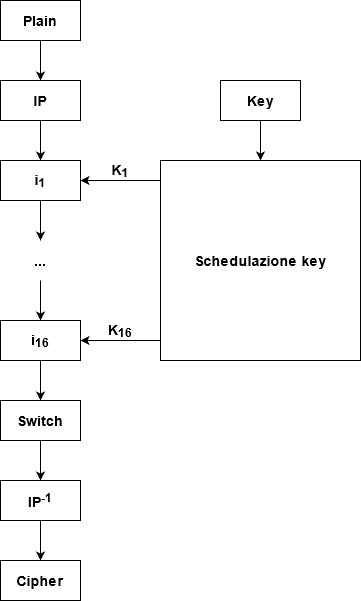
This is img/general.png from AlbertoSpinella/des-3des-js, a draw.io export, as it was before one commit. Source tidied: cells renumbered, new cells last; positions are measured from the earlier drawing's top-left corner, leaving out a move shared by most shapes.
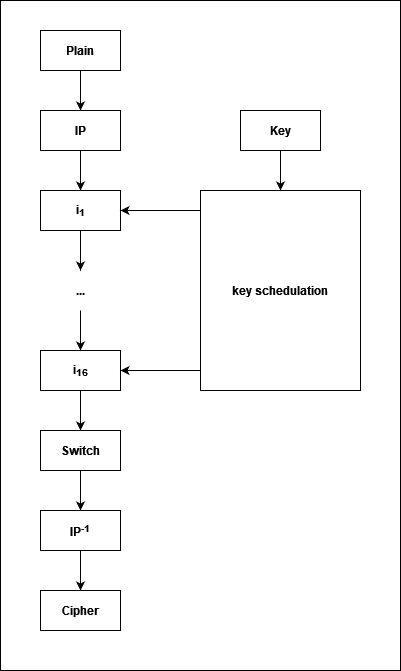
Later version of the same file.

What changed in the source:
```diff
@@ -1,86 +1,88 @@
-<mxGraphModel background="#ffffff">
+<mxGraphModel>
   <root>
     <mxCell id="0" />
     <mxCell id="1" parent="0" />
+    <mxCell id="24" style="rounded=0;whiteSpace=wrap;html=1;" parent="1" vertex="1">
+      <mxGeometry x="-40" y="-30" width="400" height="670" as="geometry" />
+    </mxCell>
-    <mxCell id="2" style="edgeStyle=orthogonalEdgeStyle;rounded=0;jettySize=auto;html=1;entryX=0.5;entryY=0;entryDx=0;entryDy=0;" parent="1" edge="1" source="3" target="5">
+    <mxCell id="2" style="edgeStyle=orthogonalEdgeStyle;rounded=0;jettySize=auto;html=1;entryX=0.5;entryY=0;entryDx=0;entryDy=0;fontStyle=1;" parent="1" edge="1" source="3" target="5">
       <mxGeometry relative="1" as="geometry" />
     </mxCell>
-    <mxCell id="3" value="&lt;b&gt;&lt;font style=&quot;font-size: 14px&quot;&gt;Plain&lt;/font&gt;&lt;/b&gt;" style="rounded=0;whiteSpace=wrap;html=1;" parent="1" vertex="1">
+    <mxCell id="3" value="Plain" style="rounded=0;whiteSpace=wrap;html=1;fontStyle=1;" parent="1" vertex="1">
       <mxGeometry width="80" height="40" as="geometry" />
     </mxCell>
+    <mxCell id="25" style="edgeStyle=orthogonalEdgeStyle;rounded=0;jettySize=auto;html=1;entryX=0.5;entryY=0;entryDx=0;entryDy=0;fontStyle=1;startArrow=none;" parent="1" edge="1" target="7">
+      <mxGeometry relative="1" as="geometry">
+        <mxPoint x="40" y="180" as="sourcePoint" />
+      </mxGeometry>
+    </mxCell>
     <mxCell id="4" style="edgeStyle=orthogonalEdgeStyle;rounded=0;jettySize=auto;html=1;entryX=0.5;entryY=0;entryDx=0;entryDy=0;" parent="1" edge="1" source="5" target="7">
       <mxGeometry relative="1" as="geometry" />
     </mxCell>
-    <mxCell id="5" value="&lt;b&gt;&lt;font style=&quot;font-size: 14px&quot;&gt;IP&lt;/font&gt;&lt;/b&gt;" style="rounded=0;whiteSpace=wrap;html=1;" parent="1" vertex="1">
+    <mxCell id="5" value="IP" style="rounded=0;whiteSpace=wrap;html=1;fontStyle=1;" parent="1" vertex="1">
       <mxGeometry y="80" width="80" height="40" as="geometry" />
     </mxCell>
-    <mxCell id="6" style="edgeStyle=orthogonalEdgeStyle;rounded=0;jettySize=auto;html=1;" parent="1" edge="1" source="7">
-      <mxGeometry relative="1" as="geometry">
-        <mxPoint x="40" y="240" as="targetPoint" />
-      </mxGeometry>
-    </mxCell>
+    <mxCell id="26" style="edgeStyle=orthogonalEdgeStyle;rounded=0;jettySize=auto;html=1;fontStyle=1;" parent="1" edge="1" source="7">
+      <mxGeometry relative="1" as="geometry">
+        <mxPoint x="40" y="240" as="targetPoint" />
+      </mxGeometry>
+    </mxCell>
-    <mxCell id="7" value="&lt;font style=&quot;font-size: 14px&quot;&gt;&lt;b&gt;i&lt;sub&gt;1&lt;/sub&gt;&lt;/b&gt;&lt;/font&gt;" style="rounded=0;whiteSpace=wrap;html=1;" parent="1" vertex="1">
+    <mxCell id="7" value="i&lt;sub&gt;1&lt;/sub&gt;" style="rounded=0;whiteSpace=wrap;html=1;fontStyle=1;" parent="1" vertex="1">
       <mxGeometry y="160" width="80" height="40" as="geometry" />
     </mxCell>
-    <mxCell id="8" style="edgeStyle=orthogonalEdgeStyle;rounded=0;jettySize=auto;html=1;entryX=0.5;entryY=0;entryDx=0;entryDy=0;" parent="1" edge="1" source="9" target="11">
+    <mxCell id="8" style="edgeStyle=orthogonalEdgeStyle;rounded=0;jettySize=auto;html=1;entryX=0.5;entryY=0;entryDx=0;entryDy=0;fontStyle=1;" parent="1" edge="1" source="9" target="11">
       <mxGeometry relative="1" as="geometry" />
     </mxCell>
-    <mxCell id="9" value="&lt;font style=&quot;font-size: 14px&quot;&gt;&lt;b&gt;i&lt;sub&gt;16&lt;/sub&gt;&lt;/b&gt;&lt;/font&gt;" style="rounded=0;whiteSpace=wrap;html=1;" parent="1" vertex="1">
+    <mxCell id="9" value="i&lt;sub&gt;16&lt;/sub&gt;" style="rounded=0;whiteSpace=wrap;html=1;fontStyle=1;" parent="1" vertex="1">
       <mxGeometry y="320" width="80" height="40" as="geometry" />
     </mxCell>
-    <mxCell id="10" style="edgeStyle=orthogonalEdgeStyle;rounded=0;jettySize=auto;html=1;entryX=0.5;entryY=0;entryDx=0;entryDy=0;" parent="1" edge="1" source="11" target="13">
+    <mxCell id="10" style="edgeStyle=orthogonalEdgeStyle;rounded=0;jettySize=auto;html=1;entryX=0.5;entryY=0;entryDx=0;entryDy=0;fontStyle=1;" parent="1" edge="1" source="11" target="13">
       <mxGeometry relative="1" as="geometry" />
     </mxCell>
-    <mxCell id="11" value="&lt;b&gt;&lt;font style=&quot;font-size: 14px&quot;&gt;Switch&lt;/font&gt;&lt;/b&gt;" style="rounded=0;whiteSpace=wrap;html=1;" parent="1" vertex="1">
+    <mxCell id="11" value="Switch" style="rounded=0;whiteSpace=wrap;html=1;fontStyle=1;" parent="1" vertex="1">
       <mxGeometry y="400" width="80" height="40" as="geometry" />
     </mxCell>
-    <mxCell id="12" style="edgeStyle=orthogonalEdgeStyle;rounded=0;jettySize=auto;html=1;entryX=0.5;entryY=0;entryDx=0;entryDy=0;" parent="1" edge="1" source="13" target="14">
+    <mxCell id="12" style="edgeStyle=orthogonalEdgeStyle;rounded=0;jettySize=auto;html=1;entryX=0.5;entryY=0;entryDx=0;entryDy=0;fontStyle=1;" parent="1" edge="1" source="13" target="14">
       <mxGeometry relative="1" as="geometry" />
     </mxCell>
-    <mxCell id="13" value="&lt;b&gt;&lt;font style=&quot;font-size: 14px&quot;&gt;IP&lt;sup&gt;-1&lt;/sup&gt;&lt;/font&gt;&lt;/b&gt;" style="rounded=0;whiteSpace=wrap;html=1;" parent="1" vertex="1">
+    <mxCell id="13" value="IP&lt;sup&gt;-1&lt;/sup&gt;" style="rounded=0;whiteSpace=wrap;html=1;fontStyle=1;" parent="1" vertex="1">
       <mxGeometry y="480" width="80" height="40" as="geometry" />
     </mxCell>
-    <mxCell id="14" value="&lt;b&gt;&lt;font style=&quot;font-size: 14px&quot;&gt;Cipher&lt;/font&gt;&lt;/b&gt;" style="rounded=0;whiteSpace=wrap;html=1;" parent="1" vertex="1">
+    <mxCell id="14" value="Cipher" style="rounded=0;whiteSpace=wrap;html=1;fontStyle=1;" parent="1" vertex="1">
       <mxGeometry y="560" width="80" height="40" as="geometry" />
     </mxCell>
-    <mxCell id="15" style="edgeStyle=orthogonalEdgeStyle;rounded=0;jettySize=auto;html=1;entryX=0.5;entryY=0;entryDx=0;entryDy=0;" parent="1" edge="1" target="9">
-      <mxGeometry relative="1" as="geometry">
-        <mxPoint x="40" y="280" as="sourcePoint" />
-      </mxGeometry>
-    </mxCell>
+    <mxCell id="27" style="edgeStyle=orthogonalEdgeStyle;rounded=0;jettySize=auto;html=1;entryX=1;entryY=0.5;entryDx=0;entryDy=0;fontStyle=1;" parent="1" edge="1" source="29" target="7">
+      <mxGeometry relative="1" as="geometry">
+        <Array as="points">
+          <mxPoint x="140" y="180" />
+          <mxPoint x="140" y="180" />
+        </Array>
+      </mxGeometry>
+    </mxCell>
+    <mxCell id="28" style="edgeStyle=orthogonalEdgeStyle;rounded=0;jettySize=auto;html=1;entryX=1;entryY=0.5;entryDx=0;entryDy=0;fontStyle=1;" parent="1" edge="1" source="29" target="9">
+      <mxGeometry relative="1" as="geometry">
+        <Array as="points">
+          <mxPoint x="130" y="340" />
+          <mxPoint x="130" y="340" />
+        </Array>
+      </mxGeometry>
+    </mxCell>
+    <mxCell id="29" value="key schedulation" style="rounded=0;whiteSpace=wrap;html=1;fontStyle=1;" parent="1" vertex="1">
+      <mxGeometry x="160" y="160" width="160" height="200" as="geometry" />
+    </mxCell>
+    <mxCell id="30" style="edgeStyle=orthogonalEdgeStyle;rounded=0;jettySize=auto;html=1;entryX=0.5;entryY=0;entryDx=0;entryDy=0;fontStyle=1;" parent="1" edge="1" source="21" target="29">
+      <mxGeometry relative="1" as="geometry" />
+    </mxCell>
+    <mxCell id="21" value="Key" style="rounded=0;whiteSpace=wrap;html=1;fontStyle=1;" parent="1" vertex="1">
+      <mxGeometry x="200" y="80" width="80" height="40" as="geometry" />
+    </mxCell>
+    <mxCell id="31" style="edgeStyle=orthogonalEdgeStyle;rounded=0;jettySize=auto;html=1;entryX=0.5;entryY=0;entryDx=0;entryDy=0;fontStyle=1;" parent="1" edge="1" target="9">
+      <mxGeometry relative="1" as="geometry">
+        <mxPoint x="40" y="280" as="sourcePoint" />
+      </mxGeometry>
+    </mxCell>
-    <mxCell id="16" value="&lt;font style=&quot;font-size: 14px&quot;&gt;&lt;b&gt;...&lt;/b&gt;&lt;/font&gt;" style="text;html=1;strokeColor=none;fillColor=none;align=center;verticalAlign=middle;whiteSpace=wrap;rounded=0;" parent="1" vertex="1">
-      <mxGeometry x="20" y="250" width="40" height="20" as="geometry" />
+    <mxCell id="16" value="&lt;span&gt;...&lt;/span&gt;" style="text;html=1;strokeColor=none;fillColor=none;align=center;verticalAlign=middle;whiteSpace=wrap;rounded=0;fontStyle=1;" parent="1" vertex="1">
+      <mxGeometry x="10" y="245" width="60" height="30" as="geometry" />
     </mxCell>
-    <mxCell id="17" style="edgeStyle=orthogonalEdgeStyle;rounded=0;jettySize=auto;html=1;entryX=1;entryY=0.5;entryDx=0;entryDy=0;" parent="1" edge="1" source="19" target="7">
-      <mxGeometry relative="1" as="geometry">
-        <Array as="points">
-          <mxPoint x="140" y="180" />
-          <mxPoint x="140" y="180" />
-        </Array>
-      </mxGeometry>
-    </mxCell>
-    <mxCell id="18" style="edgeStyle=orthogonalEdgeStyle;rounded=0;jettySize=auto;html=1;entryX=1;entryY=0.5;entryDx=0;entryDy=0;" parent="1" edge="1" source="19" target="9">
-      <mxGeometry relative="1" as="geometry">
-        <Array as="points">
-          <mxPoint x="140" y="340" />
-          <mxPoint x="140" y="340" />
-        </Array>
-      </mxGeometry>
-    </mxCell>
-    <mxCell id="19" value="&lt;font style=&quot;font-size: 14px&quot;&gt;&lt;b&gt;Schedulazione key&lt;/b&gt;&lt;/font&gt;" style="rounded=0;whiteSpace=wrap;html=1;" parent="1" vertex="1">
-      <mxGeometry x="160" y="160" width="200" height="200" as="geometry" />
-    </mxCell>
-    <mxCell id="20" style="edgeStyle=orthogonalEdgeStyle;rounded=0;jettySize=auto;html=1;entryX=0.5;entryY=0;entryDx=0;entryDy=0;" parent="1" edge="1" source="21" target="19">
-      <mxGeometry relative="1" as="geometry" />
-    </mxCell>
-    <mxCell id="21" value="&lt;font style=&quot;font-size: 14px&quot;&gt;&lt;b&gt;Key&lt;/b&gt;&lt;/font&gt;" style="rounded=0;whiteSpace=wrap;html=1;" parent="1" vertex="1">
-      <mxGeometry x="220" y="80" width="80" height="40" as="geometry" />
-    </mxCell>
-    <mxCell id="22" value="&lt;font style=&quot;font-size: 14px&quot;&gt;&lt;b&gt;K&lt;sub&gt;1&lt;/sub&gt;&lt;/b&gt;&lt;/font&gt;" style="text;html=1;strokeColor=none;fillColor=none;align=center;verticalAlign=middle;whiteSpace=wrap;rounded=0;" parent="1" vertex="1">
-      <mxGeometry x="100" y="160" width="40" height="20" as="geometry" />
-    </mxCell>
-    <mxCell id="23" value="&lt;font style=&quot;font-size: 14px&quot;&gt;&lt;b&gt;K&lt;sub&gt;16&lt;/sub&gt;&lt;/b&gt;&lt;/font&gt;" style="text;html=1;strokeColor=none;fillColor=none;align=center;verticalAlign=middle;whiteSpace=wrap;rounded=0;" parent="1" vertex="1">
-      <mxGeometry x="100" y="320" width="40" height="20" as="geometry" />
-    </mxCell>
   </root>
 </mxGraphModel>
```
